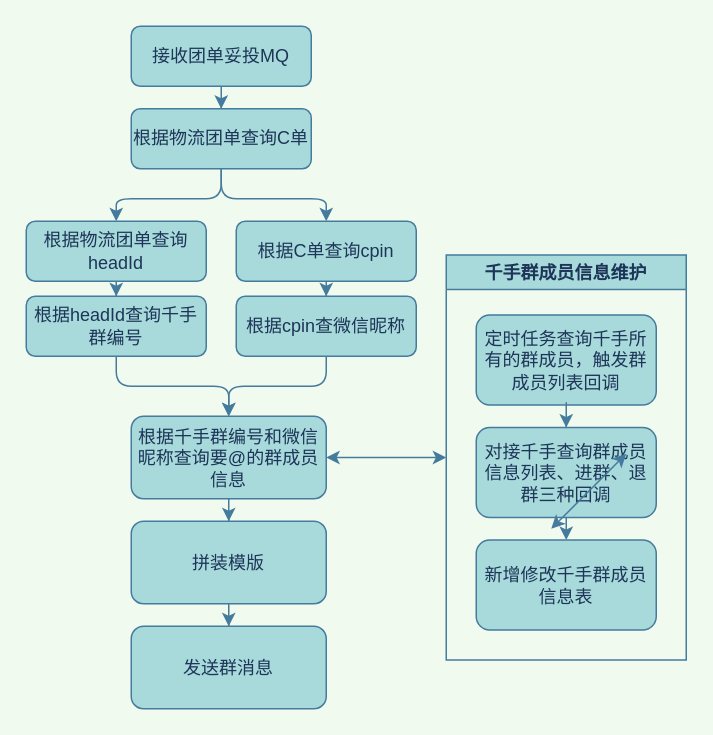
Earlier version of the draw.io diagram business/未命名绘图.drawio (zaixianyonghu/FlowCharts). Source tidied: cells renumbered, new cells numbered last; positions are measured from the earlier drawing's top-left corner, leaving out a move shared by most shapes. Both pictures are drawn from the tidied source at 150%, with x=0, y=0 at pixel (26, 26).
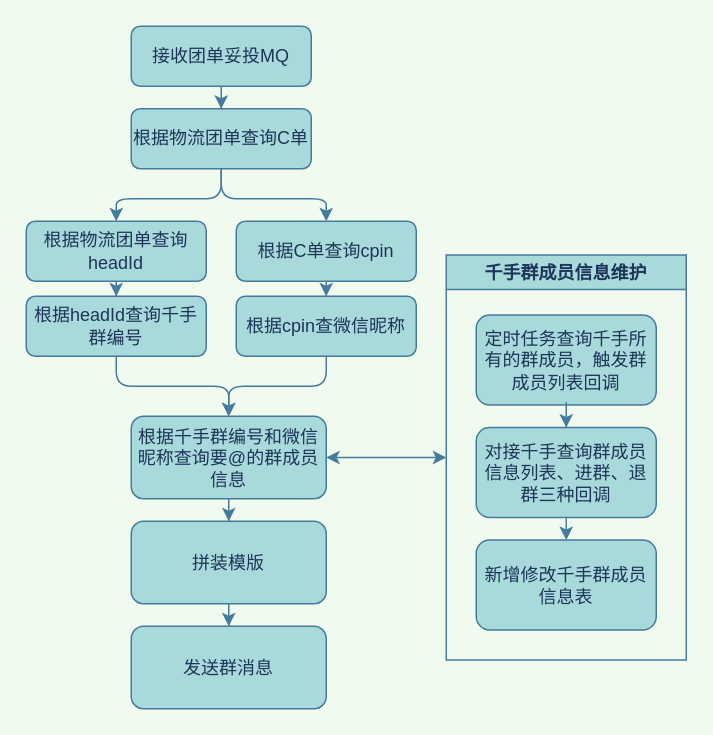
The same diagram, later.

Commit message:
更新未命名绘图.drawio

Change to the diagram source:
```diff
@@
-    <mxCell id="26" style="endArrow=classic;startArrow=classic;html=1;rounded=1;sketch=0;fontColor=#1D3557;strokeColor=#457B9D;fillColor=#A8DADC;" parent="1" edge="1">
-      <mxGeometry relative="1" as="geometry">
-        <mxPoint x="350" y="335" as="sourcePoint" />
-        <mxPoint x="400" y="285" as="targetPoint" />
-      </mxGeometry>
-    </mxCell>
```
